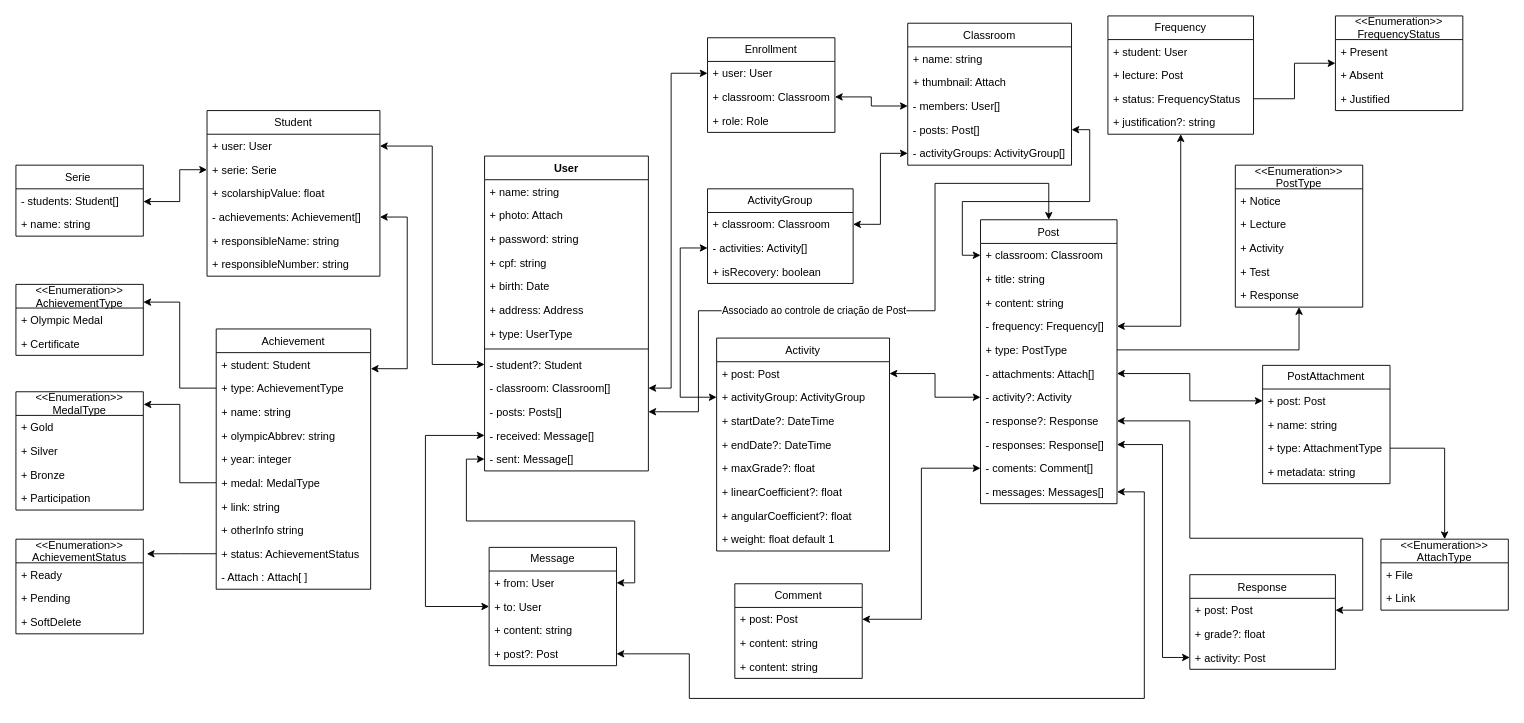
Above: page "Academic" (2 of 2) of backend/UML DB.drawio in NES-Collaborate/nes-website (draw.io), before the change. Source tidied: cells renumbered, new cells numbered last; positions are measured from the earlier drawing's top-left corner, leaving out a move shared by most shapes. Both pictures are drawn from the tidied source at 91%, with x=0, y=0 at pixel (15, 15).
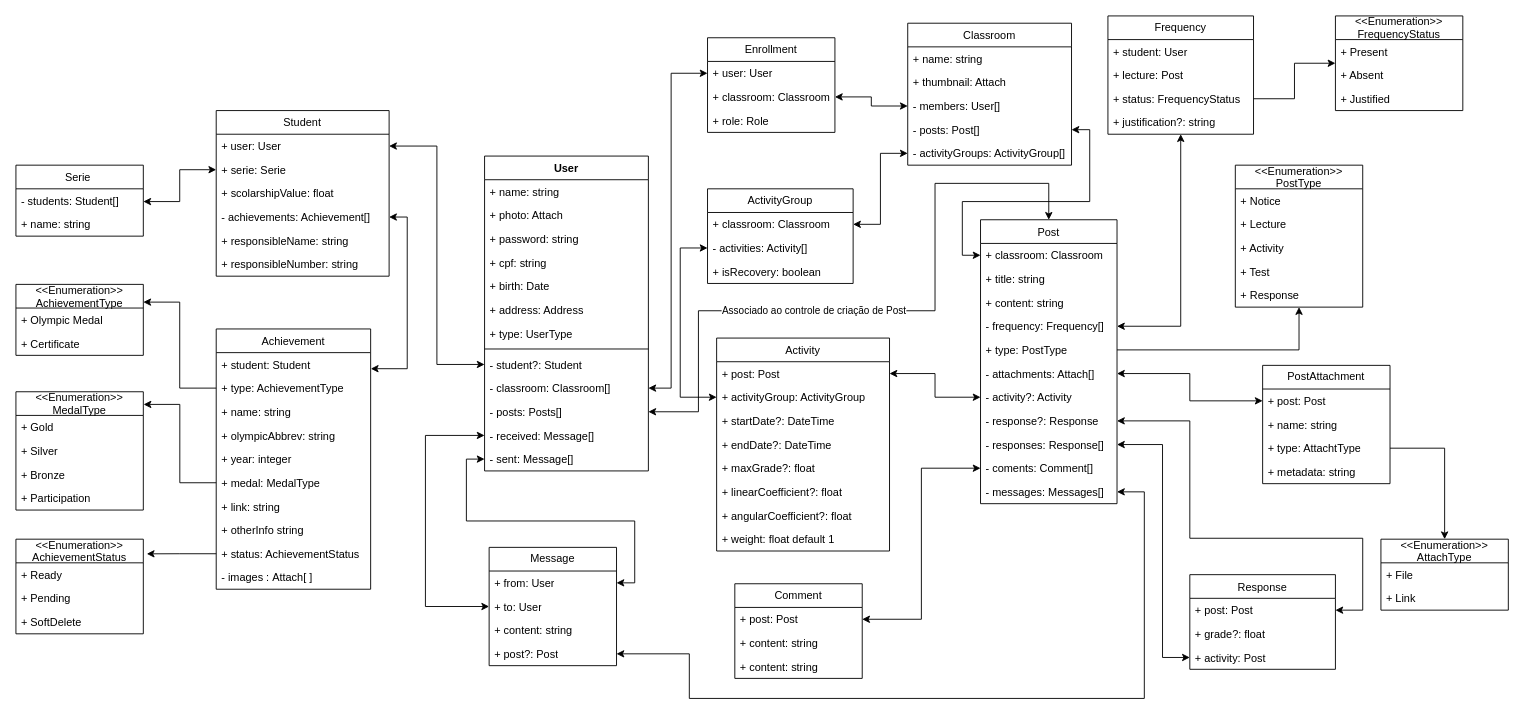
The same diagram, later.

Unchanged cells that the change refers to:
```xml
<mxCell id="24" value="Achievement" style="swimlane;fontStyle=0;horizontal=1;startSize=26;fillColor=none;" parent="1" vertex="1">
  <mxGeometry x="220.1" y="344" width="169.7" height="286" as="geometry" />
</mxCell>
<mxCell id="88" value="PostAttachment" style="swimlane;fontStyle=0;horizontal=1;startSize=26;fillColor=none;whiteSpace=wrap;html=1;" parent="1" vertex="1">
  <mxGeometry x="1370" y="384" width="140" height="130" as="geometry" />
</mxCell>
```

Change to the diagram source:
```diff
@@
     <mxCell id="16" value="Student" style="swimlane;fontStyle=0;horizontal=1;startSize=26;fillColor=none;whiteSpace=wrap;html=1;" parent="1" vertex="1">
-      <mxGeometry x="210" y="104" width="190" height="182" as="geometry" />
+      <mxGeometry x="220.1" y="104" width="190" height="182" as="geometry" />
     </mxCell>
@@
-    <mxCell id="34" value="- Attach : Attach[ ]" style="text;strokeColor=none;fillColor=none;align=left;verticalAlign=top;spacingLeft=4;spacingRight=4;overflow=hidden;" parent="24" vertex="1">
+    <mxCell id="34" value="- images : Attach[ ]" style="text;strokeColor=none;fillColor=none;align=left;verticalAlign=top;spacingLeft=4;spacingRight=4;overflow=hidden;" parent="24" vertex="1">
       <mxGeometry y="260" width="169.7" height="26" as="geometry" />
     </mxCell>
@@
-    <mxCell id="91" value="+ type: AttachmentType" style="text;strokeColor=none;fillColor=none;align=left;verticalAlign=top;spacingLeft=4;spacingRight=4;overflow=hidden;points=[[0,0.5],[1,0.5]];portConstraint=eastwest;whiteSpace=wrap;html=1;" parent="88" vertex="1">
+    <mxCell id="91" value="+ type: AttachtType" style="text;strokeColor=none;fillColor=none;align=left;verticalAlign=top;spacingLeft=4;spacingRight=4;overflow=hidden;points=[[0,0.5],[1,0.5]];portConstraint=eastwest;whiteSpace=wrap;html=1;" parent="88" vertex="1">
       <mxGeometry y="78" width="140" height="26" as="geometry" />
     </mxCell>
```
